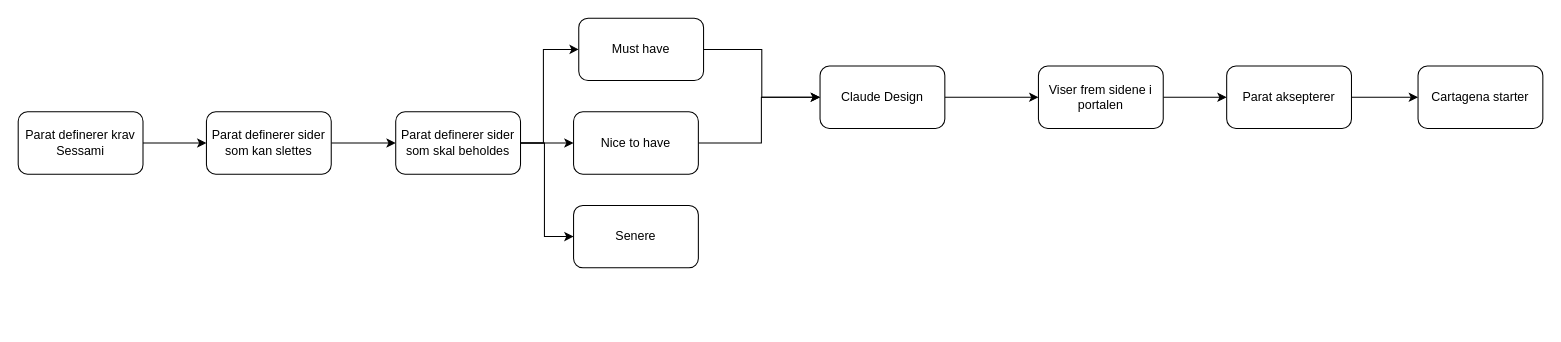
Above: Motorgruppen/Parat - Ny min side.drawio in CEM-MEC/drawio (draw.io), before the change. Source tidied: cells renumbered, new cells numbered last; positions are measured from the earlier drawing's top-left corner, leaving out a move shared by most shapes. Both pictures are drawn from the tidied source at 104%, with x=0, y=0 at pixel (18, 18).
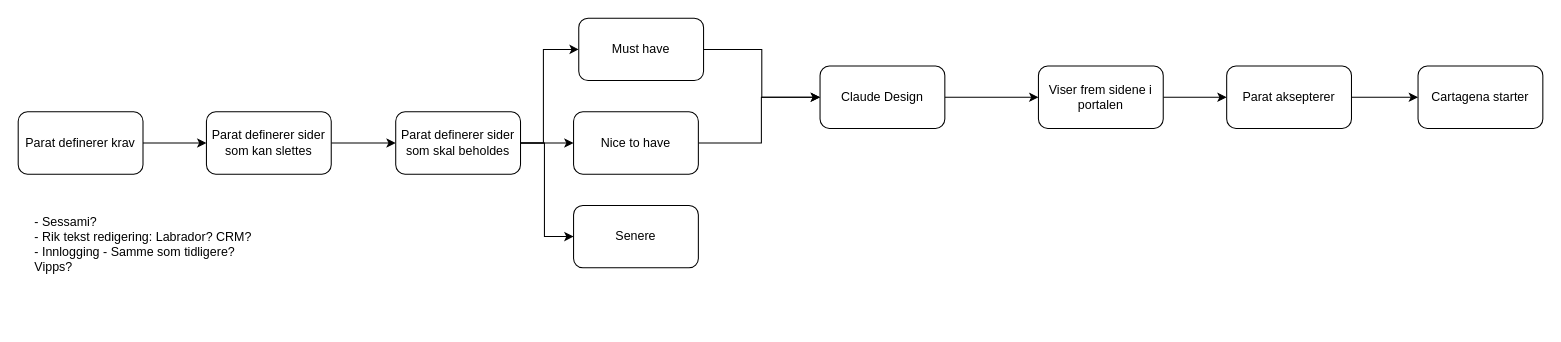
The same diagram, later.

Change to the diagram source:
```diff
@@
-    <mxCell id="3" value="Parat definerer krav&lt;br&gt;Sessami" style="rounded=1;whiteSpace=wrap;html=1;" parent="1" vertex="1">
+    <mxCell id="3" value="Parat definerer krav" style="rounded=1;whiteSpace=wrap;html=1;" parent="1" vertex="1">
       <mxGeometry y="90" width="120" height="60" as="geometry" />
     </mxCell>
@@
+    <mxCell id="22" value="- Sessami?&lt;br&gt;- Rik tekst redigering: Labrador? CRM?&lt;div&gt;- Innlogging - Samme som tidligere? Vipps?&lt;/div&gt;&lt;div&gt;&lt;br&gt;&lt;div&gt;&lt;br&gt;&lt;/div&gt;&lt;/div&gt;" style="text;html=1;whiteSpace=wrap;strokeColor=none;fillColor=none;align=left;verticalAlign=middle;rounded=0;" parent="1" vertex="1">
+      <mxGeometry x="14" y="169" width="214" height="125" as="geometry" />
+    </mxCell>
```
